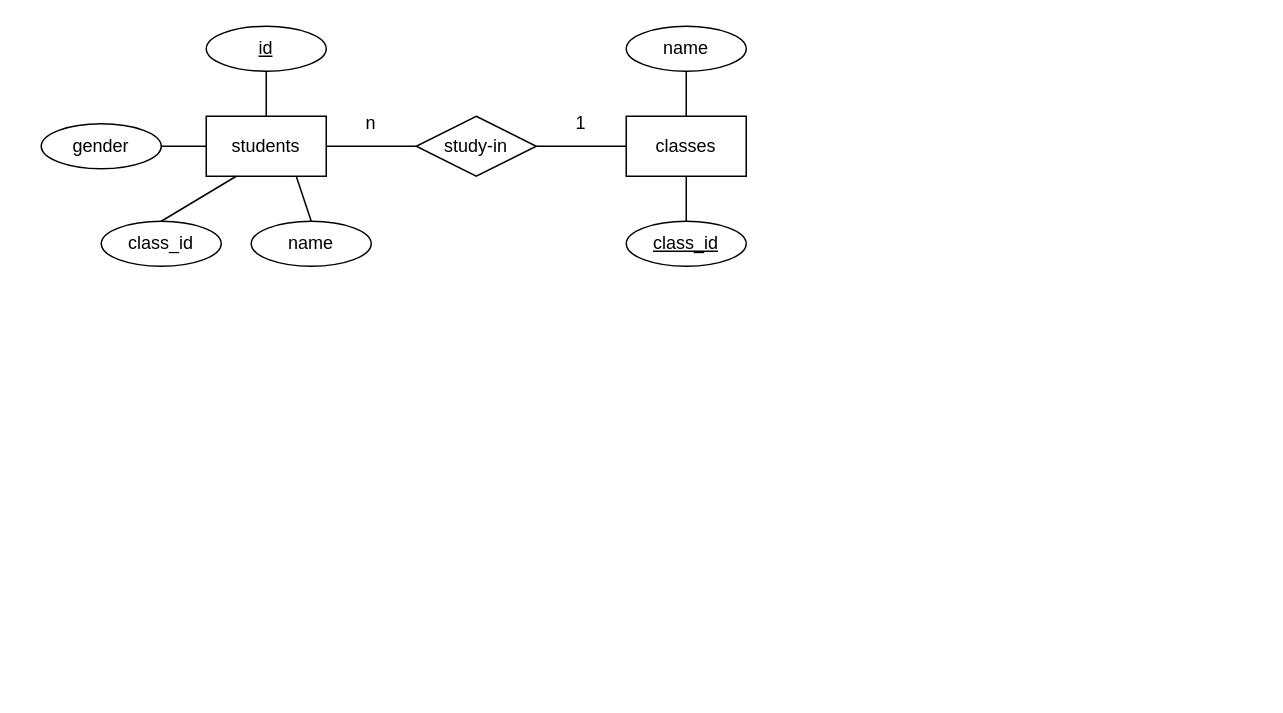
This is Lab1/img/ERD.drawio from Burton0703/Database-Labs, a draw.io file, before an edit. Source tidied: cells renumbered, new cells numbered last; positions are measured from the earlier drawing's top-left corner, leaving out a move shared by most shapes. Both pictures are drawn from the tidied source at 150%, with x=0, y=0 at pixel (40, 26).
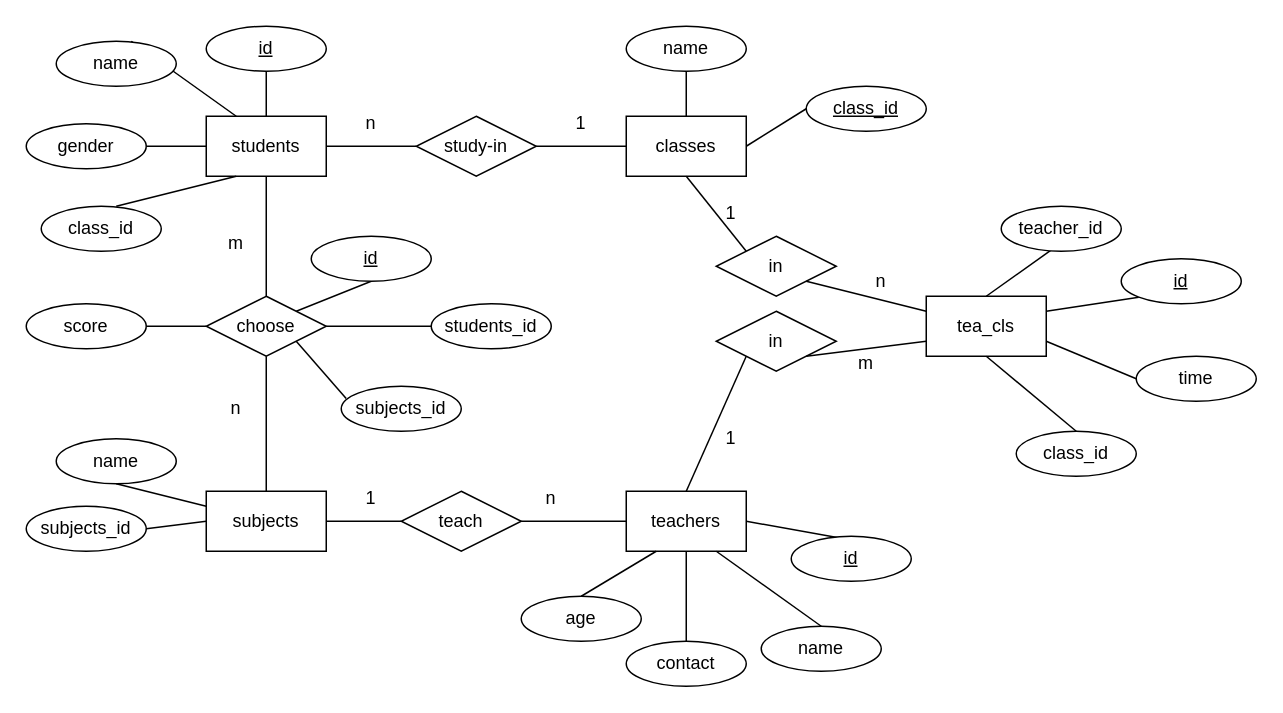
Above is the later version.

Unchanged cells that the change refers to:
```xml
<mxCell id="2" value="students" style="rounded=0;whiteSpace=wrap;html=1;" parent="1" vertex="1">
  <mxGeometry x="110" y="60" width="80" height="40" as="geometry" />
</mxCell>
<mxCell id="14" value="classes" style="rounded=0;whiteSpace=wrap;html=1;" parent="1" vertex="1">
  <mxGeometry x="390" y="60" width="80" height="40" as="geometry" />
</mxCell>
```

The edit, as a diff of the source:
```diff
@@
-    <mxCell id="5" style="endArrow=none;html=1;rounded=0;exitX=0.75;exitY=1;exitDx=0;exitDy=0;entryX=0.5;entryY=0;entryDx=0;entryDy=0;" parent="1" edge="1" source="2" target="6">
-      <mxGeometry relative="1" as="geometry" />
+    <mxCell id="5" style="endArrow=none;html=1;rounded=0;exitX=0.25;exitY=0;exitDx=0;exitDy=0;entryX=0.5;entryY=0;entryDx=0;entryDy=0;" parent="1" edge="1" source="2">
+      <mxGeometry relative="1" as="geometry">
+        <mxPoint x="60" y="10" as="targetPoint" />
+      </mxGeometry>
     </mxCell>
     <mxCell id="6" value="name" style="ellipse;whiteSpace=wrap;html=1;" parent="1" vertex="1">
-      <mxGeometry x="140" y="130" width="80" height="30" as="geometry" />
+      <mxGeometry x="10" y="10" width="80" height="30" as="geometry" />
     </mxCell>
-    <mxCell id="7" style="endArrow=none;html=1;rounded=0;exitX=0;exitY=0.5;exitDx=0;exitDy=0;" parent="1" edge="1" source="2" target="8">
+    <mxCell id="7" style="endArrow=none;html=1;rounded=0;exitX=0;exitY=0.5;exitDx=0;exitDy=0;entryX=1;entryY=0.5;entryDx=0;entryDy=0;" parent="1" edge="1" source="2" target="8">
       <mxGeometry relative="1" as="geometry" />
     </mxCell>
     <mxCell id="8" value="gender" style="ellipse;whiteSpace=wrap;html=1;" parent="1" vertex="1">
-      <mxGeometry y="65" width="80" height="30" as="geometry" />
+      <mxGeometry x="-10" y="65" width="80" height="30" as="geometry" />
     </mxCell>
-    <mxCell id="9" style="endArrow=none;html=1;rounded=0;entryX=0.25;entryY=1;entryDx=0;entryDy=0;exitX=0.5;exitY=0;exitDx=0;exitDy=0;" parent="1" edge="1" source="10" target="2">
-      <mxGeometry relative="1" as="geometry" />
+    <mxCell id="9" style="endArrow=none;html=1;rounded=0;entryX=0.25;entryY=1;entryDx=0;entryDy=0;exitX=0.5;exitY=0;exitDx=0;exitDy=0;" parent="1" edge="1" target="2">
+      <mxGeometry relative="1" as="geometry">
+        <mxPoint x="50" y="120" as="sourcePoint" />
+      </mxGeometry>
     </mxCell>
     <mxCell id="10" value="class_id" style="ellipse;whiteSpace=wrap;html=1;" parent="1" vertex="1">
-      <mxGeometry x="40" y="130" width="80" height="30" as="geometry" />
+      <mxGeometry y="120" width="80" height="30" as="geometry" />
     </mxCell>
@@
-    <mxCell id="17" style="endArrow=none;html=1;rounded=0;entryX=0.5;entryY=1;entryDx=0;entryDy=0;exitX=0.5;exitY=0;exitDx=0;exitDy=0;" parent="1" edge="1" source="18" target="14">
+    <mxCell id="17" style="endArrow=none;html=1;rounded=0;entryX=1;entryY=0.5;entryDx=0;entryDy=0;exitX=0;exitY=0.5;exitDx=0;exitDy=0;" parent="1" edge="1" source="18" target="14">
       <mxGeometry relative="1" as="geometry" />
     </mxCell>
     <mxCell id="18" value="&lt;u&gt;class_id&lt;/u&gt;" style="ellipse;whiteSpace=wrap;html=1;" parent="1" vertex="1">
-      <mxGeometry x="390" y="130" width="80" height="30" as="geometry" />
+      <mxGeometry x="510" y="40" width="80" height="30" as="geometry" />
     </mxCell>
@@
+    <mxCell id="21" value="subjects" style="rounded=0;whiteSpace=wrap;html=1;" parent="1" vertex="1">
+      <mxGeometry x="110" y="310" width="80" height="40" as="geometry" />
+    </mxCell>
+    <mxCell id="22" style="endArrow=none;html=1;rounded=0;exitX=0;exitY=0.5;exitDx=0;exitDy=0;entryX=1;entryY=0.5;entryDx=0;entryDy=0;" parent="1" edge="1" source="21" target="23">
+      <mxGeometry relative="1" as="geometry" />
+    </mxCell>
+    <mxCell id="23" value="subjects_id" style="ellipse;whiteSpace=wrap;html=1;" parent="1" vertex="1">
+      <mxGeometry x="-10" y="320" width="80" height="30" as="geometry" />
+    </mxCell>
+    <mxCell id="24" style="endArrow=none;html=1;rounded=0;exitX=0;exitY=0.25;exitDx=0;exitDy=0;entryX=0.5;entryY=1;entryDx=0;entryDy=0;" parent="1" edge="1" source="21" target="25">
+      <mxGeometry relative="1" as="geometry" />
+    </mxCell>
+    <mxCell id="25" value="name" style="ellipse;whiteSpace=wrap;html=1;" parent="1" vertex="1">
+      <mxGeometry x="10" y="275" width="80" height="30" as="geometry" />
+    </mxCell>
+    <mxCell id="26" style="endArrow=none;html=1;rounded=0;exitX=0.5;exitY=0;exitDx=0;exitDy=0;entryX=0.5;entryY=1;entryDx=0;entryDy=0;" parent="1" edge="1" source="21" target="27">
+      <mxGeometry relative="1" as="geometry" />
+    </mxCell>
+    <mxCell id="27" value="choose" style="rhombus;whiteSpace=wrap;html=1;" parent="1" vertex="1">
+      <mxGeometry x="110" y="180" width="80" height="40" as="geometry" />
+    </mxCell>
+    <mxCell id="28" style="endArrow=none;html=1;rounded=0;entryX=0.5;entryY=1;entryDx=0;entryDy=0;" parent="1" edge="1" target="2">
+      <mxGeometry relative="1" as="geometry">
+        <mxPoint x="150" y="180" as="sourcePoint" />
+      </mxGeometry>
+    </mxCell>
+    <mxCell id="29" style="endArrow=none;html=1;rounded=0;exitX=1;exitY=0;exitDx=0;exitDy=0;entryX=0.5;entryY=1;entryDx=0;entryDy=0;" parent="1" edge="1" source="27" target="30">
+      <mxGeometry relative="1" as="geometry" />
+    </mxCell>
+    <mxCell id="30" value="&lt;u&gt;id&lt;/u&gt;" style="ellipse;whiteSpace=wrap;html=1;" parent="1" vertex="1">
+      <mxGeometry x="180" y="140" width="80" height="30" as="geometry" />
+    </mxCell>
+    <mxCell id="31" style="endArrow=none;html=1;rounded=0;exitX=1;exitY=1;exitDx=0;exitDy=0;entryX=0.041;entryY=0.273;entryDx=0;entryDy=0;entryPerimeter=0;" parent="1" edge="1" source="27" target="34">
+      <mxGeometry relative="1" as="geometry" />
+    </mxCell>
+    <mxCell id="32" style="endArrow=none;html=1;rounded=0;exitX=1;exitY=0.5;exitDx=0;exitDy=0;" parent="1" edge="1" source="27" target="33">
+      <mxGeometry relative="1" as="geometry" />
+    </mxCell>
+    <mxCell id="33" value="students_id" style="ellipse;whiteSpace=wrap;html=1;" parent="1" vertex="1">
+      <mxGeometry x="260" y="185" width="80" height="30" as="geometry" />
+    </mxCell>
+    <mxCell id="34" value="subjects_id" style="ellipse;whiteSpace=wrap;html=1;" parent="1" vertex="1">
+      <mxGeometry x="200" y="240" width="80" height="30" as="geometry" />
+    </mxCell>
+    <mxCell id="35" style="endArrow=none;html=1;rounded=0;exitX=0;exitY=0.5;exitDx=0;exitDy=0;entryX=1;entryY=0.5;entryDx=0;entryDy=0;" parent="1" edge="1" source="27" target="36">
+      <mxGeometry relative="1" as="geometry" />
+    </mxCell>
+    <mxCell id="36" value="score" style="ellipse;whiteSpace=wrap;html=1;" parent="1" vertex="1">
+      <mxGeometry x="-10" y="185" width="80" height="30" as="geometry" />
+    </mxCell>
+    <mxCell id="37" value="m" style="text;html=1;strokeColor=none;fillColor=none;align=center;verticalAlign=middle;whiteSpace=wrap;rounded=0;" parent="1" vertex="1">
+      <mxGeometry x="100" y="130" width="60" height="30" as="geometry" />
+    </mxCell>
+    <mxCell id="38" value="n" style="text;html=1;strokeColor=none;fillColor=none;align=center;verticalAlign=middle;whiteSpace=wrap;rounded=0;" parent="1" vertex="1">
+      <mxGeometry x="100" y="240" width="60" height="30" as="geometry" />
+    </mxCell>
+    <mxCell id="39" value="teachers" style="rounded=0;whiteSpace=wrap;html=1;" parent="1" vertex="1">
+      <mxGeometry x="390" y="310" width="80" height="40" as="geometry" />
+    </mxCell>
+    <mxCell id="40" style="endArrow=none;html=1;rounded=0;entryX=1;entryY=0.5;entryDx=0;entryDy=0;exitX=0.328;exitY=0.064;exitDx=0;exitDy=0;exitPerimeter=0;" parent="1" edge="1" target="39">
+      <mxGeometry relative="1" as="geometry">
+        <mxPoint x="536.2" y="341.9" as="sourcePoint" />
+      </mxGeometry>
+    </mxCell>
+    <mxCell id="41" style="endArrow=none;html=1;rounded=0;exitX=0.25;exitY=1;exitDx=0;exitDy=0;entryX=0.5;entryY=0;entryDx=0;entryDy=0;" parent="1" edge="1" source="39" target="43">
+      <mxGeometry relative="1" as="geometry" />
+    </mxCell>
+    <mxCell id="42" value="&lt;u&gt;id&lt;/u&gt;" style="ellipse;whiteSpace=wrap;html=1;" parent="1" vertex="1">
+      <mxGeometry x="500" y="340" width="80" height="30" as="geometry" />
+    </mxCell>
+    <mxCell id="43" value="age" style="ellipse;whiteSpace=wrap;html=1;" parent="1" vertex="1">
+      <mxGeometry x="320" y="380" width="80" height="30" as="geometry" />
+    </mxCell>
+    <mxCell id="44" value="name" style="ellipse;whiteSpace=wrap;html=1;" parent="1" vertex="1">
+      <mxGeometry x="480" y="400" width="80" height="30" as="geometry" />
+    </mxCell>
+    <mxCell id="45" value="contact" style="ellipse;whiteSpace=wrap;html=1;" parent="1" vertex="1">
+      <mxGeometry x="390" y="410" width="80" height="30" as="geometry" />
+    </mxCell>
+    <mxCell id="46" style="endArrow=none;html=1;rounded=0;entryX=0.5;entryY=0;entryDx=0;entryDy=0;exitX=0.75;exitY=1;exitDx=0;exitDy=0;" parent="1" edge="1" source="39" target="44">
+      <mxGeometry relative="1" as="geometry" />
+    </mxCell>
+    <mxCell id="47" style="endArrow=none;html=1;rounded=0;exitX=0.5;exitY=0;exitDx=0;exitDy=0;" parent="1" edge="1" source="45" target="39">
+      <mxGeometry relative="1" as="geometry" />
+    </mxCell>
+    <mxCell id="48" style="endArrow=none;html=1;rounded=0;exitX=1;exitY=0.5;exitDx=0;exitDy=0;entryX=0;entryY=0.5;entryDx=0;entryDy=0;" parent="1" edge="1" source="21" target="49">
+      <mxGeometry relative="1" as="geometry" />
+    </mxCell>
+    <mxCell id="49" value="teach" style="rhombus;whiteSpace=wrap;html=1;" parent="1" vertex="1">
+      <mxGeometry x="240" y="310" width="80" height="40" as="geometry" />
+    </mxCell>
+    <mxCell id="50" style="endArrow=none;html=1;rounded=0;exitX=1;exitY=0.5;exitDx=0;exitDy=0;entryX=0;entryY=0.5;entryDx=0;entryDy=0;" parent="1" edge="1" source="49" target="39">
+      <mxGeometry relative="1" as="geometry" />
+    </mxCell>
+    <mxCell id="51" value="1" style="text;html=1;strokeColor=none;fillColor=none;align=center;verticalAlign=middle;whiteSpace=wrap;rounded=0;" parent="1" vertex="1">
+      <mxGeometry x="190" y="300" width="60" height="30" as="geometry" />
+    </mxCell>
+    <mxCell id="52" value="n" style="text;html=1;strokeColor=none;fillColor=none;align=center;verticalAlign=middle;whiteSpace=wrap;rounded=0;" parent="1" vertex="1">
+      <mxGeometry x="310" y="300" width="60" height="30" as="geometry" />
+    </mxCell>
+    <mxCell id="53" value="tea_cls" style="rounded=0;whiteSpace=wrap;html=1;" parent="1" vertex="1">
+      <mxGeometry x="590" y="180" width="80" height="40" as="geometry" />
+    </mxCell>
+    <mxCell id="54" style="endArrow=none;html=1;rounded=0;entryX=0.5;entryY=1;entryDx=0;entryDy=0;exitX=0;exitY=0;exitDx=0;exitDy=0;" parent="1" edge="1" source="55" target="14">
+      <mxGeometry relative="1" as="geometry" />
+    </mxCell>
+    <mxCell id="55" value="in" style="rhombus;whiteSpace=wrap;html=1;" parent="1" vertex="1">
+      <mxGeometry x="450" y="140" width="80" height="40" as="geometry" />
+    </mxCell>
+    <mxCell id="56" style="endArrow=none;html=1;rounded=0;entryX=0;entryY=0.25;entryDx=0;entryDy=0;exitX=1;exitY=1;exitDx=0;exitDy=0;" parent="1" edge="1" source="55" target="53">
+      <mxGeometry relative="1" as="geometry" />
+    </mxCell>
+    <mxCell id="57" style="endArrow=none;html=1;rounded=0;exitX=0.5;exitY=0;exitDx=0;exitDy=0;entryX=0;entryY=1;entryDx=0;entryDy=0;" parent="1" edge="1" source="39" target="58">
+      <mxGeometry relative="1" as="geometry" />
+    </mxCell>
+    <mxCell id="58" value="in" style="rhombus;whiteSpace=wrap;html=1;" parent="1" vertex="1">
+      <mxGeometry x="450" y="190" width="80" height="40" as="geometry" />
+    </mxCell>
+    <mxCell id="59" style="endArrow=none;html=1;rounded=0;exitX=1;exitY=1;exitDx=0;exitDy=0;entryX=0;entryY=0.75;entryDx=0;entryDy=0;" parent="1" edge="1" source="58" target="53">
+      <mxGeometry relative="1" as="geometry" />
+    </mxCell>
+    <mxCell id="60" value="1" style="text;html=1;strokeColor=none;fillColor=none;align=center;verticalAlign=middle;whiteSpace=wrap;rounded=0;" parent="1" vertex="1">
+      <mxGeometry x="430" y="110" width="60" height="30" as="geometry" />
+    </mxCell>
+    <mxCell id="61" value="n" style="text;html=1;strokeColor=none;fillColor=none;align=center;verticalAlign=middle;whiteSpace=wrap;rounded=0;" parent="1" vertex="1">
+      <mxGeometry x="530" y="155" width="60" height="30" as="geometry" />
+    </mxCell>
+    <mxCell id="62" value="1" style="text;html=1;strokeColor=none;fillColor=none;align=center;verticalAlign=middle;whiteSpace=wrap;rounded=0;" parent="1" vertex="1">
+      <mxGeometry x="430" y="260" width="60" height="30" as="geometry" />
+    </mxCell>
+    <mxCell id="63" value="m" style="text;html=1;strokeColor=none;fillColor=none;align=center;verticalAlign=middle;whiteSpace=wrap;rounded=0;" parent="1" vertex="1">
+      <mxGeometry x="520" y="210" width="60" height="30" as="geometry" />
+    </mxCell>
+    <mxCell id="64" style="endArrow=none;html=1;rounded=0;exitX=0.5;exitY=0;exitDx=0;exitDy=0;entryX=0.418;entryY=0.97;entryDx=0;entryDy=0;entryPerimeter=0;" parent="1" edge="1" source="53" target="65">
+      <mxGeometry relative="1" as="geometry" />
+    </mxCell>
+    <mxCell id="65" value="teacher_id" style="ellipse;whiteSpace=wrap;html=1;" parent="1" vertex="1">
+      <mxGeometry x="640" y="120" width="80" height="30" as="geometry" />
+    </mxCell>
+    <mxCell id="66" value="class_id" style="ellipse;whiteSpace=wrap;html=1;" parent="1" vertex="1">
+      <mxGeometry x="650" y="270" width="80" height="30" as="geometry" />
+    </mxCell>
+    <mxCell id="67" style="endArrow=none;html=1;rounded=0;entryX=0.5;entryY=1;entryDx=0;entryDy=0;exitX=0.5;exitY=0;exitDx=0;exitDy=0;" parent="1" edge="1" source="66" target="53">
+      <mxGeometry relative="1" as="geometry" />
+    </mxCell>
+    <mxCell id="68" style="endArrow=none;html=1;rounded=0;entryX=1;entryY=0.25;entryDx=0;entryDy=0;exitX=0;exitY=1;exitDx=0;exitDy=0;" parent="1" edge="1" source="69" target="53">
+      <mxGeometry relative="1" as="geometry" />
+    </mxCell>
+    <mxCell id="69" value="&lt;u&gt;id&lt;/u&gt;" style="ellipse;whiteSpace=wrap;html=1;" parent="1" vertex="1">
+      <mxGeometry x="720" y="155" width="80" height="30" as="geometry" />
+    </mxCell>
+    <mxCell id="70" style="endArrow=none;html=1;rounded=0;entryX=1;entryY=0.75;entryDx=0;entryDy=0;exitX=0;exitY=0.5;exitDx=0;exitDy=0;" parent="1" edge="1" source="71" target="53">
+      <mxGeometry relative="1" as="geometry" />
+    </mxCell>
+    <mxCell id="71" value="time" style="ellipse;whiteSpace=wrap;html=1;" parent="1" vertex="1">
+      <mxGeometry x="730" y="220" width="80" height="30" as="geometry" />
+    </mxCell>
```
